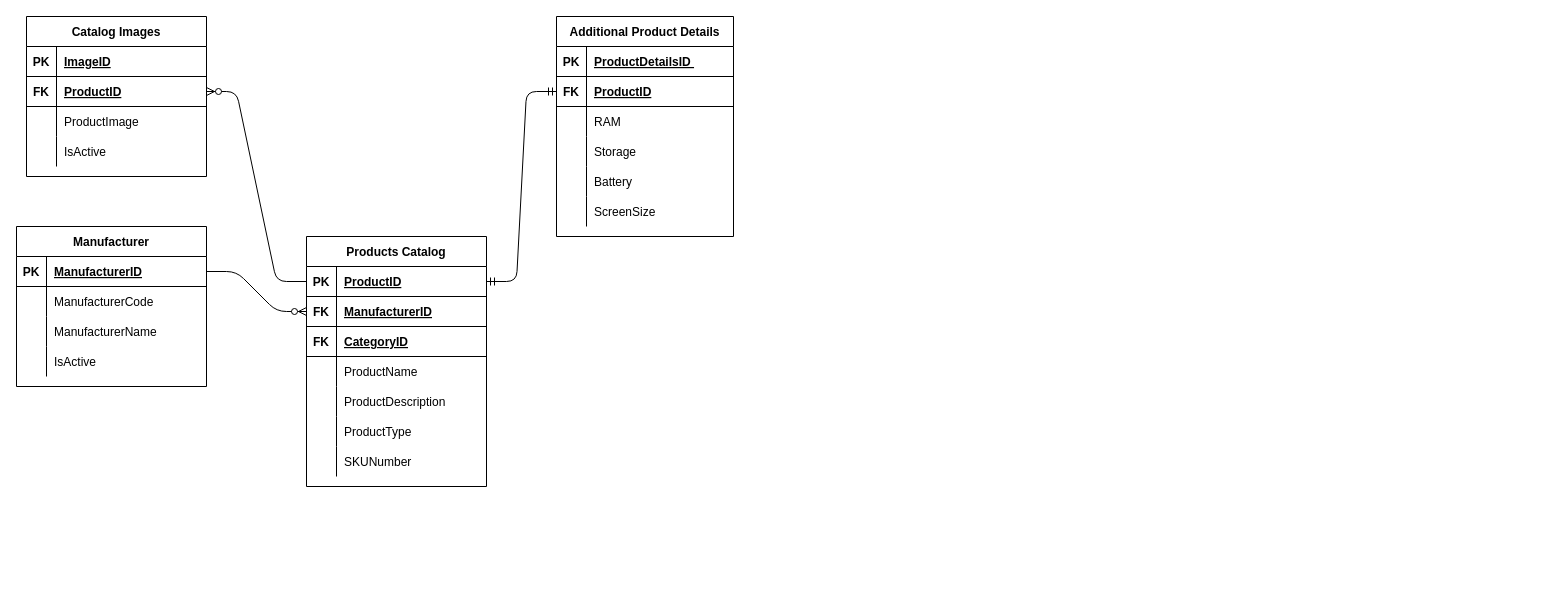
Before: Drawings/MasterCatalogDesign.drawio in bgunupati/DrawIO, a draw.io diagram. Source tidied: cells renumbered, new cells numbered last; positions are measured from the earlier drawing's top-left corner, leaving out a move shared by most shapes. Both pictures are drawn from the tidied source at 100%, with x=0, y=0 at pixel (16, 16).
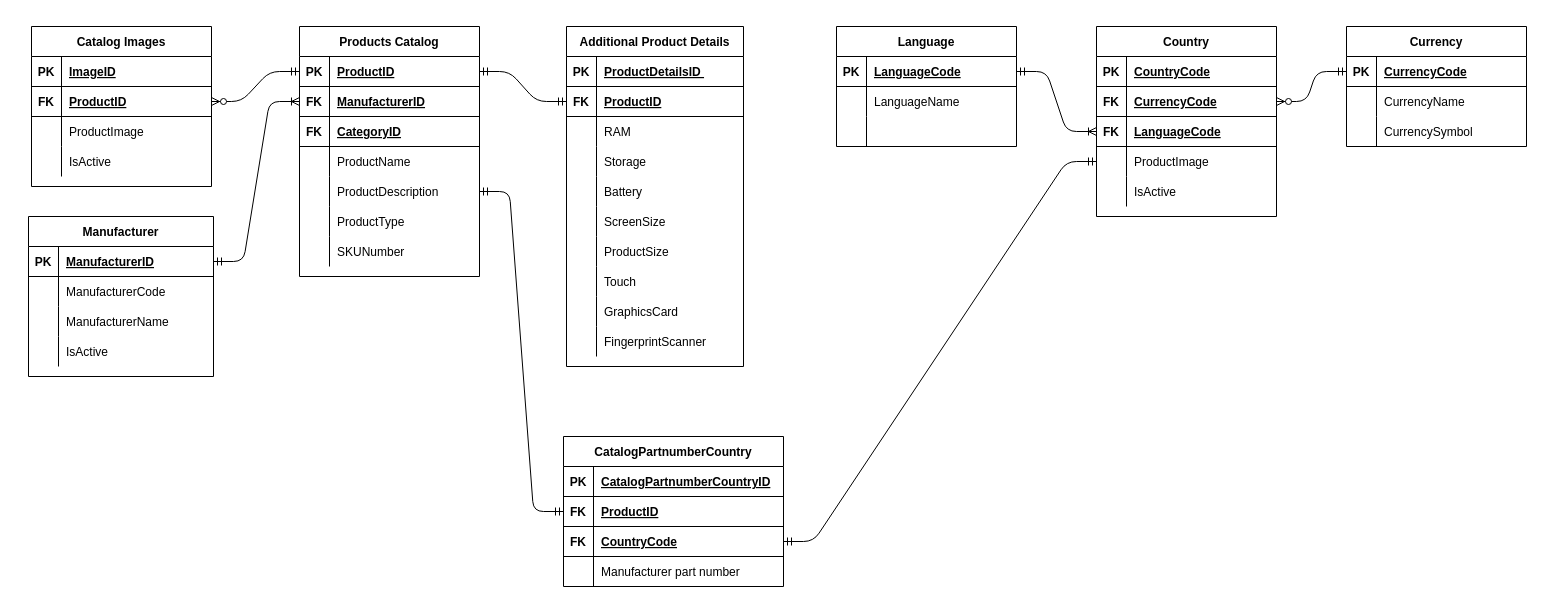
Above is the later version.

The change refers to these unchanged cells:
```xml
<mxCell id="3" style="shape=partialRectangle;fillColor=none;top=0;left=0;bottom=1;right=0;points=[[0,0.5],[1,0.5]];portConstraint=eastwest;" parent="2" vertex="1">
  <mxGeometry y="30" width="180" height="30" as="geometry" />
</mxCell>
<mxCell id="6" style="shape=partialRectangle;fillColor=none;top=0;left=0;bottom=1;right=0;points=[[0,0.5],[1,0.5]];portConstraint=eastwest;" parent="2" vertex="1">
  <mxGeometry y="60" width="180" height="30" as="geometry" />
</mxCell>
<mxCell id="15" style="shape=partialRectangle;fillColor=none;top=0;left=0;bottom=0;right=0;points=[[0,0.5],[1,0.5]];portConstraint=eastwest;" parent="2" vertex="1">
  <mxGeometry y="150" width="180" height="30" as="geometry" />
</mxCell>
<mxCell id="28" style="shape=partialRectangle;fillColor=none;top=0;left=0;bottom=1;right=0;points=[[0,0.5],[1,0.5]];portConstraint=eastwest;" parent="24" vertex="1">
  <mxGeometry y="60" width="180" height="30" as="geometry" />
</mxCell>
```

What changed in the source:
```diff
@@
     <mxCell id="2" value="Products Catalog" style="shape=table;startSize=30;childLayout=tableLayout;rowLines=0;fontStyle=1;align=center;" parent="1" vertex="1">
-      <mxGeometry x="290" y="220" width="180" height="250" as="geometry" />
+      <mxGeometry x="283" y="10" width="180" height="250" as="geometry" />
     </mxCell>
@@
     <mxCell id="24" value="Catalog Images" style="shape=table;startSize=30;childLayout=tableLayout;rowLines=0;fontStyle=1;align=center;" parent="1" vertex="1">
-      <mxGeometry x="10" width="180" height="160" as="geometry" />
+      <mxGeometry x="15" y="10" width="180" height="160" as="geometry" />
     </mxCell>
@@
     <mxCell id="37" value="Manufacturer" style="shape=table;startSize=30;childLayout=tableLayout;rowLines=0;fontStyle=1;align=center;" parent="1" vertex="1">
-      <mxGeometry y="210" width="190" height="160" as="geometry" />
+      <mxGeometry x="12" y="200" width="185" height="160" as="geometry" />
     </mxCell>
     <mxCell id="38" style="shape=partialRectangle;fillColor=none;top=0;left=0;bottom=1;right=0;points=[[0,0.5],[1,0.5]];portConstraint=eastwest;" parent="37" vertex="1">
-      <mxGeometry y="30" width="190" height="30" as="geometry" />
+      <mxGeometry y="30" width="185" height="30" as="geometry" />
     </mxCell>
@@
     <mxCell id="40" value="ManufacturerID" style="shape=partialRectangle;fillColor=none;top=0;left=0;bottom=0;right=0;align=left;spacingLeft=6;fontStyle=5;overflow=hidden;" parent="38" vertex="1">
-      <mxGeometry x="30" width="160" height="30" as="geometry" />
+      <mxGeometry x="30" width="155" height="30" as="geometry" />
     </mxCell>
     <mxCell id="41" style="shape=partialRectangle;fillColor=none;top=0;left=0;bottom=0;right=0;" parent="37" vertex="1">
-      <mxGeometry y="60" width="190" height="30" as="geometry" />
+      <mxGeometry y="60" width="185" height="30" as="geometry" />
     </mxCell>
@@
     <mxCell id="43" value="ManufacturerCode" style="shape=partialRectangle;fillColor=none;top=0;left=0;bottom=0;right=0;align=left;spacingLeft=6;overflow=hidden;" parent="41" vertex="1">
-      <mxGeometry x="30" width="160" height="30" as="geometry" />
+      <mxGeometry x="30" width="155" height="30" as="geometry" />
     </mxCell>
     <mxCell id="44" style="shape=partialRectangle;fillColor=none;top=0;left=0;bottom=0;right=0;" parent="37" vertex="1">
-      <mxGeometry y="90" width="190" height="30" as="geometry" />
+      <mxGeometry y="90" width="185" height="30" as="geometry" />
     </mxCell>
@@
     <mxCell id="46" value="ManufacturerName" style="shape=partialRectangle;fillColor=none;top=0;left=0;bottom=0;right=0;align=left;spacingLeft=6;overflow=hidden;" parent="44" vertex="1">
-      <mxGeometry x="30" width="160" height="30" as="geometry" />
+      <mxGeometry x="30" width="155" height="30" as="geometry" />
     </mxCell>
     <mxCell id="47" style="shape=partialRectangle;fillColor=none;top=0;left=0;bottom=0;right=0;" parent="37" vertex="1">
-      <mxGeometry y="120" width="190" height="30" as="geometry" />
+      <mxGeometry y="120" width="185" height="30" as="geometry" />
     </mxCell>
@@
     <mxCell id="49" value="IsActive" style="shape=partialRectangle;fillColor=none;top=0;left=0;bottom=0;right=0;align=left;spacingLeft=6;overflow=hidden;" parent="47" vertex="1">
-      <mxGeometry x="30" width="160" height="30" as="geometry" />
+      <mxGeometry x="30" width="155" height="30" as="geometry" />
     </mxCell>
-    <mxCell id="50" style="edgeStyle=entityRelationEdgeStyle;fontSize=12;html=1;endArrow=ERzeroToMany;endFill=1;exitX=0;exitY=0.5;exitDx=0;exitDy=0;entryX=1;entryY=0.5;entryDx=0;entryDy=0;" parent="1" edge="1" source="3" target="28">
-      <mxGeometry relative="1" as="geometry" />
-    </mxCell>
-    <mxCell id="51" style="edgeStyle=entityRelationEdgeStyle;fontSize=12;html=1;endArrow=ERzeroToMany;endFill=1;entryX=0;entryY=0.5;entryDx=0;entryDy=0;" parent="1" edge="1" source="38" target="6">
-      <mxGeometry relative="1" as="geometry" />
-    </mxCell>
     <mxCell id="52" value="Additional Product Details" style="shape=table;startSize=30;childLayout=tableLayout;rowLines=0;fontStyle=1;align=center;" parent="1" vertex="1">
-      <mxGeometry x="540" width="177" height="220" as="geometry" />
+      <mxGeometry x="550" y="10" width="177" height="340" as="geometry" />
     </mxCell>
@@
+    <mxCell id="72" style="shape=partialRectangle;fillColor=none;top=0;left=0;bottom=0;right=0;" parent="52" vertex="1">
+      <mxGeometry y="210" width="177" height="30" as="geometry" />
+    </mxCell>
+    <mxCell id="73" style="shape=partialRectangle;fillColor=none;top=0;left=0;bottom=0;right=0;overflow=hidden;" parent="72" vertex="1">
+      <mxGeometry width="30" height="30" as="geometry" />
+    </mxCell>
+    <mxCell id="74" value="ProductSize" style="shape=partialRectangle;fillColor=none;top=0;left=0;bottom=0;right=0;align=left;spacingLeft=6;overflow=hidden;" parent="72" vertex="1">
+      <mxGeometry x="30" width="147" height="30" as="geometry" />
+    </mxCell>
+    <mxCell id="75" style="shape=partialRectangle;fillColor=none;top=0;left=0;bottom=0;right=0;" parent="52" vertex="1">
+      <mxGeometry y="240" width="177" height="30" as="geometry" />
+    </mxCell>
+    <mxCell id="76" style="shape=partialRectangle;fillColor=none;top=0;left=0;bottom=0;right=0;overflow=hidden;" parent="75" vertex="1">
+      <mxGeometry width="30" height="30" as="geometry" />
+    </mxCell>
+    <mxCell id="77" value="Touch" style="shape=partialRectangle;fillColor=none;top=0;left=0;bottom=0;right=0;align=left;spacingLeft=6;overflow=hidden;" parent="75" vertex="1">
+      <mxGeometry x="30" width="147" height="30" as="geometry" />
+    </mxCell>
+    <mxCell id="78" style="shape=partialRectangle;fillColor=none;top=0;left=0;bottom=0;right=0;" parent="52" vertex="1">
+      <mxGeometry y="270" width="177" height="30" as="geometry" />
+    </mxCell>
+    <mxCell id="79" style="shape=partialRectangle;fillColor=none;top=0;left=0;bottom=0;right=0;overflow=hidden;" parent="78" vertex="1">
+      <mxGeometry width="30" height="30" as="geometry" />
+    </mxCell>
+    <mxCell id="80" value="GraphicsCard" style="shape=partialRectangle;fillColor=none;top=0;left=0;bottom=0;right=0;align=left;spacingLeft=6;overflow=hidden;" parent="78" vertex="1">
+      <mxGeometry x="30" width="147" height="30" as="geometry" />
+    </mxCell>
+    <mxCell id="81" style="shape=partialRectangle;fillColor=none;top=0;left=0;bottom=0;right=0;" parent="52" vertex="1">
+      <mxGeometry y="300" width="177" height="30" as="geometry" />
+    </mxCell>
+    <mxCell id="82" style="shape=partialRectangle;fillColor=none;top=0;left=0;bottom=0;right=0;overflow=hidden;" parent="81" vertex="1">
+      <mxGeometry width="30" height="30" as="geometry" />
+    </mxCell>
+    <mxCell id="83" value="FingerprintScanner" style="shape=partialRectangle;fillColor=none;top=0;left=0;bottom=0;right=0;align=left;spacingLeft=6;overflow=hidden;" parent="81" vertex="1">
+      <mxGeometry x="30" width="147" height="30" as="geometry" />
+    </mxCell>
@@
+    <mxCell id="84" value="Country" style="shape=table;startSize=30;childLayout=tableLayout;rowLines=0;fontStyle=1;align=center;" parent="1" vertex="1">
+      <mxGeometry x="1080" y="10" width="180" height="190" as="geometry" />
+    </mxCell>
+    <mxCell id="85" style="shape=partialRectangle;fillColor=none;top=0;left=0;bottom=1;right=0;" parent="84" vertex="1">
+      <mxGeometry y="30" width="180" height="30" as="geometry" />
+    </mxCell>
+    <mxCell id="86" value="PK" style="shape=partialRectangle;fillColor=none;top=0;left=0;bottom=0;right=0;fontStyle=1;overflow=hidden;" parent="85" vertex="1">
+      <mxGeometry width="30" height="30" as="geometry" />
+    </mxCell>
+    <mxCell id="87" value="CountryCode" style="shape=partialRectangle;fillColor=none;top=0;left=0;bottom=0;right=0;align=left;spacingLeft=6;fontStyle=5;overflow=hidden;" parent="85" vertex="1">
+      <mxGeometry x="30" width="150" height="30" as="geometry" />
+    </mxCell>
+    <mxCell id="88" style="shape=partialRectangle;fillColor=none;top=0;left=0;bottom=1;right=0;points=[[0,0.5],[1,0.5]];portConstraint=eastwest;" parent="84" vertex="1">
+      <mxGeometry y="60" width="180" height="30" as="geometry" />
+    </mxCell>
+    <mxCell id="89" value="FK" style="shape=partialRectangle;fillColor=none;top=0;left=0;bottom=0;right=0;fontStyle=1;overflow=hidden;" parent="88" vertex="1">
+      <mxGeometry width="30" height="30" as="geometry" />
+    </mxCell>
+    <mxCell id="90" value="CurrencyCode" style="shape=partialRectangle;fillColor=none;top=0;left=0;bottom=0;right=0;align=left;spacingLeft=6;fontStyle=5;overflow=hidden;" parent="88" vertex="1">
+      <mxGeometry x="30" width="150" height="30" as="geometry" />
+    </mxCell>
+    <mxCell id="91" style="shape=partialRectangle;fillColor=none;top=0;left=0;bottom=1;right=0;points=[[0,0.5],[1,0.5]];portConstraint=eastwest;" parent="84" vertex="1">
+      <mxGeometry y="90" width="180" height="30" as="geometry" />
+    </mxCell>
+    <mxCell id="92" value="FK" style="shape=partialRectangle;fillColor=none;top=0;left=0;bottom=0;right=0;fontStyle=1;overflow=hidden;" parent="91" vertex="1">
+      <mxGeometry width="30" height="30" as="geometry" />
+    </mxCell>
+    <mxCell id="93" value="LanguageCode" style="shape=partialRectangle;fillColor=none;top=0;left=0;bottom=0;right=0;align=left;spacingLeft=6;fontStyle=5;overflow=hidden;" parent="91" vertex="1">
+      <mxGeometry x="30" width="150" height="30" as="geometry" />
+    </mxCell>
+    <mxCell id="94" style="shape=partialRectangle;fillColor=none;top=0;left=0;bottom=0;right=0;points=[[0,0.5],[1,0.5]];portConstraint=eastwest;" parent="84" vertex="1">
+      <mxGeometry y="120" width="180" height="30" as="geometry" />
+    </mxCell>
+    <mxCell id="95" style="shape=partialRectangle;fillColor=none;top=0;left=0;bottom=0;right=0;overflow=hidden;" parent="94" vertex="1">
+      <mxGeometry width="30" height="30" as="geometry" />
+    </mxCell>
+    <mxCell id="96" value="ProductImage" style="shape=partialRectangle;fillColor=none;top=0;left=0;bottom=0;right=0;align=left;spacingLeft=6;overflow=hidden;" parent="94" vertex="1">
+      <mxGeometry x="30" width="150" height="30" as="geometry" />
+    </mxCell>
+    <mxCell id="97" style="shape=partialRectangle;fillColor=none;top=0;left=0;bottom=0;right=0;" parent="84" vertex="1">
+      <mxGeometry y="150" width="180" height="30" as="geometry" />
+    </mxCell>
+    <mxCell id="98" style="shape=partialRectangle;fillColor=none;top=0;left=0;bottom=0;right=0;overflow=hidden;" parent="97" vertex="1">
+      <mxGeometry width="30" height="30" as="geometry" />
+    </mxCell>
+    <mxCell id="99" value="IsActive" style="shape=partialRectangle;fillColor=none;top=0;left=0;bottom=0;right=0;align=left;spacingLeft=6;overflow=hidden;" parent="97" vertex="1">
+      <mxGeometry x="30" width="150" height="30" as="geometry" />
+    </mxCell>
+    <mxCell id="100" value="Language" style="shape=table;startSize=30;childLayout=tableLayout;rowLines=0;fontStyle=1;align=center;" parent="1" vertex="1">
+      <mxGeometry x="820" y="10" width="180" height="120" as="geometry" />
+    </mxCell>
+    <mxCell id="101" style="shape=partialRectangle;fillColor=none;top=0;left=0;bottom=1;right=0;points=[[0,0.5],[1,0.5]];portConstraint=eastwest;" parent="100" vertex="1">
+      <mxGeometry y="30" width="180" height="30" as="geometry" />
+    </mxCell>
+    <mxCell id="102" value="PK" style="shape=partialRectangle;fillColor=none;top=0;left=0;bottom=0;right=0;fontStyle=1;overflow=hidden;" parent="101" vertex="1">
+      <mxGeometry width="30" height="30" as="geometry" />
+    </mxCell>
+    <mxCell id="103" value="LanguageCode" style="shape=partialRectangle;fillColor=none;top=0;left=0;bottom=0;right=0;align=left;spacingLeft=6;fontStyle=5;overflow=hidden;" parent="101" vertex="1">
+      <mxGeometry x="30" width="150" height="30" as="geometry" />
+    </mxCell>
+    <mxCell id="104" style="shape=partialRectangle;fillColor=none;top=0;left=0;bottom=0;right=0;" parent="100" vertex="1">
+      <mxGeometry y="60" width="180" height="30" as="geometry" />
+    </mxCell>
+    <mxCell id="105" style="shape=partialRectangle;fillColor=none;top=0;left=0;bottom=0;right=0;overflow=hidden;" parent="104" vertex="1">
+      <mxGeometry width="30" height="30" as="geometry" />
+    </mxCell>
+    <mxCell id="106" value="LanguageName" style="shape=partialRectangle;fillColor=none;top=0;left=0;bottom=0;right=0;align=left;spacingLeft=6;overflow=hidden;" parent="104" vertex="1">
+      <mxGeometry x="30" width="150" height="30" as="geometry" />
+    </mxCell>
+    <mxCell id="107" style="shape=partialRectangle;fillColor=none;top=0;left=0;bottom=0;right=0;" parent="100" vertex="1">
+      <mxGeometry y="90" width="180" height="30" as="geometry" />
+    </mxCell>
+    <mxCell id="108" style="shape=partialRectangle;fillColor=none;top=0;left=0;bottom=0;right=0;overflow=hidden;" parent="107" vertex="1">
+      <mxGeometry width="30" height="30" as="geometry" />
+    </mxCell>
+    <mxCell id="109" style="shape=partialRectangle;fillColor=none;top=0;left=0;bottom=0;right=0;align=left;spacingLeft=6;overflow=hidden;" parent="107" vertex="1">
+      <mxGeometry x="30" width="150" height="30" as="geometry" />
+    </mxCell>
+    <mxCell id="110" style="edgeStyle=entityRelationEdgeStyle;fontSize=12;html=1;endArrow=ERoneToMany;startArrow=ERmandOne;exitX=1;exitY=0.5;exitDx=0;exitDy=0;entryX=0;entryY=0.5;entryDx=0;entryDy=0;" parent="1" edge="1" source="101" target="91">
+      <mxGeometry relative="1" as="geometry" />
+    </mxCell>
+    <mxCell id="50" style="edgeStyle=entityRelationEdgeStyle;fontSize=12;html=1;endArrow=ERzeroToMany;startArrow=ERmandOne;entryX=1;entryY=0.5;entryDx=0;entryDy=0;exitX=0;exitY=0.5;exitDx=0;exitDy=0;" parent="1" edge="1" source="3" target="28">
+      <mxGeometry relative="1" as="geometry" />
+    </mxCell>
+    <mxCell id="51" style="edgeStyle=entityRelationEdgeStyle;fontSize=12;html=1;endArrow=ERoneToMany;startArrow=ERmandOne;entryX=0;entryY=0.5;entryDx=0;entryDy=0;exitX=1;exitY=0.5;exitDx=0;exitDy=0;" parent="1" edge="1" source="38" target="6">
+      <mxGeometry relative="1" as="geometry" />
+    </mxCell>
+    <mxCell id="111" value="Currency" style="shape=table;startSize=30;childLayout=tableLayout;rowLines=0;fontStyle=1;align=center;" parent="1" vertex="1">
+      <mxGeometry x="1330" y="10" width="180" height="120" as="geometry" />
+    </mxCell>
+    <mxCell id="112" style="shape=partialRectangle;fillColor=none;top=0;left=0;bottom=1;right=0;points=[[0,0.5],[1,0.5]];portConstraint=eastwest;" parent="111" vertex="1">
+      <mxGeometry y="30" width="180" height="30" as="geometry" />
+    </mxCell>
+    <mxCell id="113" value="PK" style="shape=partialRectangle;fillColor=none;top=0;left=0;bottom=0;right=0;fontStyle=1;overflow=hidden;" parent="112" vertex="1">
+      <mxGeometry width="30" height="30" as="geometry" />
+    </mxCell>
+    <mxCell id="114" value="CurrencyCode" style="shape=partialRectangle;fillColor=none;top=0;left=0;bottom=0;right=0;align=left;spacingLeft=6;fontStyle=5;overflow=hidden;" parent="112" vertex="1">
+      <mxGeometry x="30" width="150" height="30" as="geometry" />
+    </mxCell>
+    <mxCell id="115" style="shape=partialRectangle;fillColor=none;top=0;left=0;bottom=0;right=0;" parent="111" vertex="1">
+      <mxGeometry y="60" width="180" height="30" as="geometry" />
+    </mxCell>
+    <mxCell id="116" style="shape=partialRectangle;fillColor=none;top=0;left=0;bottom=0;right=0;overflow=hidden;" parent="115" vertex="1">
+      <mxGeometry width="30" height="30" as="geometry" />
+    </mxCell>
+    <mxCell id="117" value="CurrencyName" style="shape=partialRectangle;fillColor=none;top=0;left=0;bottom=0;right=0;align=left;spacingLeft=6;overflow=hidden;" parent="115" vertex="1">
+      <mxGeometry x="30" width="150" height="30" as="geometry" />
+    </mxCell>
+    <mxCell id="118" style="shape=partialRectangle;fillColor=none;top=0;left=0;bottom=0;right=0;" parent="111" vertex="1">
+      <mxGeometry y="90" width="180" height="30" as="geometry" />
+    </mxCell>
+    <mxCell id="119" style="shape=partialRectangle;fillColor=none;top=0;left=0;bottom=0;right=0;overflow=hidden;" parent="118" vertex="1">
+      <mxGeometry width="30" height="30" as="geometry" />
+    </mxCell>
+    <mxCell id="120" value="CurrencySymbol" style="shape=partialRectangle;fillColor=none;top=0;left=0;bottom=0;right=0;align=left;spacingLeft=6;overflow=hidden;" parent="118" vertex="1">
+      <mxGeometry x="30" width="150" height="30" as="geometry" />
+    </mxCell>
+    <mxCell id="121" style="edgeStyle=entityRelationEdgeStyle;fontSize=12;html=1;endArrow=ERzeroToMany;startArrow=ERmandOne;exitX=0;exitY=0.5;exitDx=0;exitDy=0;entryX=1;entryY=0.5;entryDx=0;entryDy=0;" parent="1" edge="1" source="112" target="88">
+      <mxGeometry relative="1" as="geometry" />
+    </mxCell>
+    <mxCell id="122" value="CatalogPartnumberCountry" style="shape=table;startSize=30;childLayout=tableLayout;rowLines=0;fontStyle=1;align=center;" parent="1" vertex="1">
+      <mxGeometry x="547" y="420" width="220" height="150" as="geometry" />
+    </mxCell>
+    <mxCell id="123" style="shape=partialRectangle;fillColor=none;top=0;left=0;bottom=1;right=0;" parent="122" vertex="1">
+      <mxGeometry y="30" width="220" height="30" as="geometry" />
+    </mxCell>
+    <mxCell id="124" value="PK" style="shape=partialRectangle;fillColor=none;top=0;left=0;bottom=0;right=0;fontStyle=1;overflow=hidden;" parent="123" vertex="1">
+      <mxGeometry width="30" height="30" as="geometry" />
+    </mxCell>
+    <mxCell id="125" value="CatalogPartnumberCountryID" style="shape=partialRectangle;fillColor=none;top=0;left=0;bottom=0;right=0;align=left;spacingLeft=6;fontStyle=5;overflow=hidden;" parent="123" vertex="1">
+      <mxGeometry x="30" width="190" height="30" as="geometry" />
+    </mxCell>
+    <mxCell id="126" style="shape=partialRectangle;fillColor=none;top=0;left=0;bottom=1;right=0;points=[[0,0.5],[1,0.5]];portConstraint=eastwest;" parent="122" vertex="1">
+      <mxGeometry y="60" width="220" height="30" as="geometry" />
+    </mxCell>
+    <mxCell id="127" value="FK" style="shape=partialRectangle;fillColor=none;top=0;left=0;bottom=0;right=0;fontStyle=1;overflow=hidden;" parent="126" vertex="1">
+      <mxGeometry width="30" height="30" as="geometry" />
+    </mxCell>
+    <mxCell id="128" value="ProductID" style="shape=partialRectangle;fillColor=none;top=0;left=0;bottom=0;right=0;align=left;spacingLeft=6;fontStyle=5;overflow=hidden;" parent="126" vertex="1">
+      <mxGeometry x="30" width="190" height="30" as="geometry" />
+    </mxCell>
+    <mxCell id="129" style="shape=partialRectangle;fillColor=none;top=0;left=0;bottom=1;right=0;points=[[0,0.5],[1,0.5]];portConstraint=eastwest;" parent="122" vertex="1">
+      <mxGeometry y="90" width="220" height="30" as="geometry" />
+    </mxCell>
+    <mxCell id="130" value="FK" style="shape=partialRectangle;fillColor=none;top=0;left=0;bottom=0;right=0;fontStyle=1;overflow=hidden;" parent="129" vertex="1">
+      <mxGeometry width="30" height="30" as="geometry" />
+    </mxCell>
+    <mxCell id="131" value="CountryCode" style="shape=partialRectangle;fillColor=none;top=0;left=0;bottom=0;right=0;align=left;spacingLeft=6;fontStyle=5;overflow=hidden;" parent="129" vertex="1">
+      <mxGeometry x="30" width="190" height="30" as="geometry" />
+    </mxCell>
+    <mxCell id="132" style="shape=partialRectangle;fillColor=none;top=0;left=0;bottom=0;right=0;" parent="122" vertex="1">
+      <mxGeometry y="120" width="220" height="30" as="geometry" />
+    </mxCell>
+    <mxCell id="133" style="shape=partialRectangle;fillColor=none;top=0;left=0;bottom=0;right=0;overflow=hidden;" parent="132" vertex="1">
+      <mxGeometry width="30" height="30" as="geometry" />
+    </mxCell>
+    <mxCell id="134" value="Manufacturer part number " style="shape=partialRectangle;fillColor=none;top=0;left=0;bottom=0;right=0;align=left;spacingLeft=6;overflow=hidden;" parent="132" vertex="1">
+      <mxGeometry x="30" width="190" height="30" as="geometry" />
+    </mxCell>
+    <mxCell id="135" style="edgeStyle=entityRelationEdgeStyle;fontSize=12;html=1;endArrow=ERmandOne;startArrow=ERmandOne;entryX=0;entryY=0.5;entryDx=0;entryDy=0;exitX=1;exitY=0.5;exitDx=0;exitDy=0;" parent="1" edge="1" source="15" target="126">
+      <mxGeometry relative="1" as="geometry" />
+    </mxCell>
+    <mxCell id="136" style="edgeStyle=entityRelationEdgeStyle;fontSize=12;html=1;endArrow=ERmandOne;startArrow=ERmandOne;entryX=0;entryY=0.5;entryDx=0;entryDy=0;exitX=1;exitY=0.5;exitDx=0;exitDy=0;" parent="1" edge="1" source="129" target="94">
+      <mxGeometry relative="1" as="geometry" />
+    </mxCell>
```
